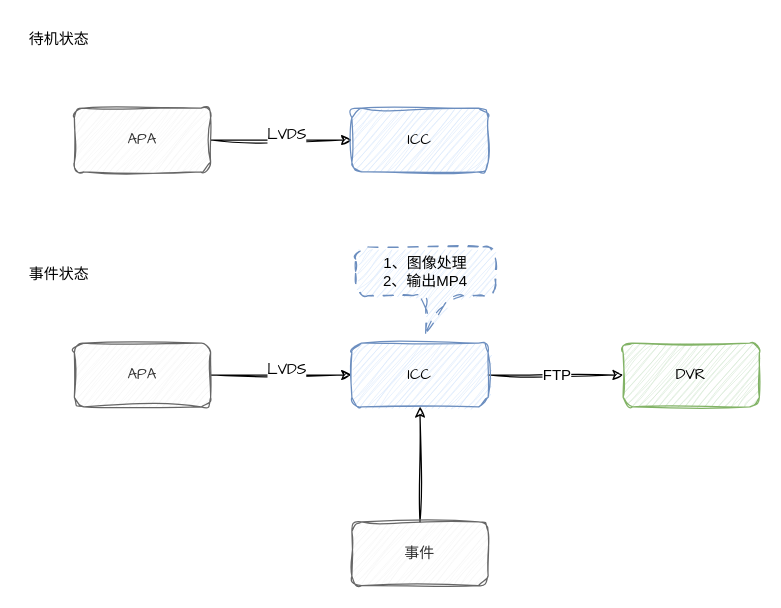
This is 哨兵模式.drawio from TryLoveCatch/charts, a draw.io file, before an edit. Source tidied: cells renumbered, new cells numbered last; positions are measured from the earlier drawing's top-left corner, leaving out a move shared by most shapes. Both pictures are drawn from the tidied source at 125%, with x=0, y=0 at pixel (21, 21).
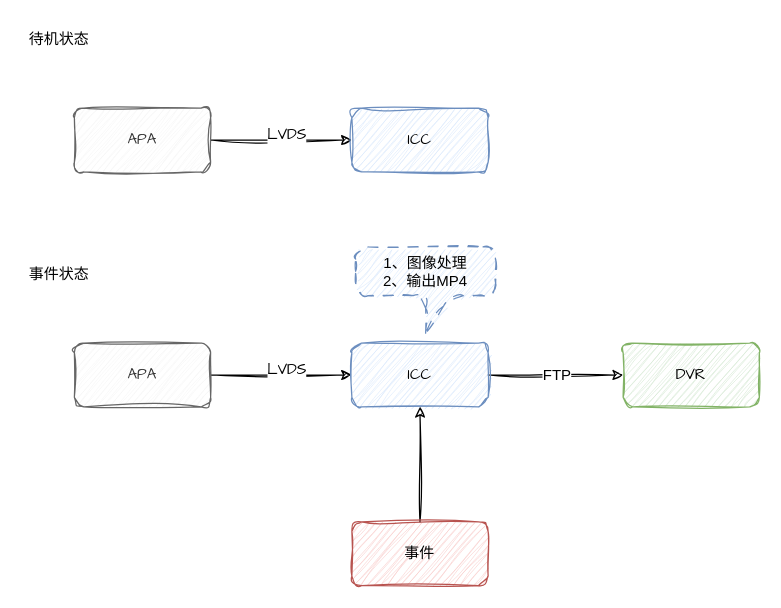
The same page after the edit.

Commit message (it also covers changes not shown here):
更新哨兵模式.drawio

Change to the diagram source:
```diff
@@
 <mxGraphModel>
   <root>
     <mxCell id="0" />
     <mxCell id="1" parent="0" />
     <mxCell id="2" value="待机状态" style="text;html=1;strokeColor=none;fillColor=none;align=center;verticalAlign=middle;whiteSpace=wrap;rounded=0;fontFamily=Comic Sans MS;" parent="1" vertex="1">
       <mxGeometry width="60" height="30" as="geometry" />
     </mxCell>
     <mxCell id="3" style="edgeStyle=orthogonalEdgeStyle;rounded=0;jettySize=auto;html=1;exitX=1;exitY=0.5;exitDx=0;exitDy=0;fontFamily=Comic Sans MS;fontSize=12;fontColor=default;sketch=1;curveFitting=1;jiggle=2;" parent="1" edge="1" source="5" target="6">
       <mxGeometry relative="1" as="geometry" />
     </mxCell>
     <mxCell id="4" value="LVDS" style="edgeLabel;html=1;align=center;verticalAlign=middle;fontSize=12;fontFamily=Comic Sans MS;fontColor=default;" parent="3" vertex="1">
       <mxGeometry x="0.06" y="5" relative="1" as="geometry">
         <mxPoint y="1" as="offset" />
       </mxGeometry>
     </mxCell>
     <mxCell id="5" value="APA" style="rounded=1;whiteSpace=wrap;html=1;sketch=1;curveFitting=1;jiggle=2;fillColor=#f5f5f5;fontColor=#333333;strokeColor=#666666;fontFamily=Comic Sans MS;" parent="1" vertex="1">
       <mxGeometry x="42" y="69" width="109" height="51" as="geometry" />
     </mxCell>
     <mxCell id="6" value="ICC" style="rounded=1;whiteSpace=wrap;html=1;sketch=1;curveFitting=1;jiggle=2;fillColor=#dae8fc;strokeColor=#6c8ebf;fontFamily=Comic Sans MS;" parent="1" vertex="1">
       <mxGeometry x="264" y="69" width="109" height="51" as="geometry" />
     </mxCell>
     <mxCell id="7" value="事件状态" style="text;html=1;strokeColor=none;fillColor=none;align=center;verticalAlign=middle;whiteSpace=wrap;rounded=0;fontFamily=Comic Sans MS;" parent="1" vertex="1">
       <mxGeometry y="188" width="60" height="30" as="geometry" />
     </mxCell>
     <mxCell id="8" style="edgeStyle=orthogonalEdgeStyle;rounded=0;jettySize=auto;html=1;exitX=1;exitY=0.5;exitDx=0;exitDy=0;fontFamily=Comic Sans MS;fontSize=12;fontColor=default;sketch=1;curveFitting=1;jiggle=2;" parent="1" edge="1" source="10" target="13">
       <mxGeometry relative="1" as="geometry" />
     </mxCell>
     <mxCell id="9" value="LVDS" style="edgeLabel;html=1;align=center;verticalAlign=middle;fontSize=12;fontFamily=Comic Sans MS;fontColor=default;" parent="8" vertex="1">
       <mxGeometry x="0.06" y="5" relative="1" as="geometry">
         <mxPoint y="1" as="offset" />
       </mxGeometry>
     </mxCell>
     <mxCell id="10" value="APA" style="rounded=1;whiteSpace=wrap;html=1;sketch=1;curveFitting=1;jiggle=2;fillColor=#f5f5f5;fontColor=#333333;strokeColor=#666666;fontFamily=Comic Sans MS;" parent="1" vertex="1">
       <mxGeometry x="42" y="257" width="109" height="51" as="geometry" />
     </mxCell>
     <mxCell id="11" style="edgeStyle=orthogonalEdgeStyle;shape=connector;rounded=0;sketch=1;jiggle=2;curveFitting=1;jettySize=auto;html=1;exitX=1;exitY=0.5;exitDx=0;exitDy=0;entryX=0;entryY=0.5;entryDx=0;entryDy=0;labelBackgroundColor=default;strokeColor=default;fontFamily=Comic Sans MS;fontSize=12;fontColor=default;endArrow=classic;" parent="1" edge="1" source="13" target="16">
       <mxGeometry relative="1" as="geometry" />
     </mxCell>
     <mxCell id="12" value="FTP" style="edgeLabel;html=1;align=center;verticalAlign=middle;fontSize=12;fontFamily=Helvetica;fontColor=default;" parent="11" vertex="1">
       <mxGeometry x="-0.26" relative="1" as="geometry">
         <mxPoint x="14" as="offset" />
       </mxGeometry>
     </mxCell>
     <mxCell id="13" value="ICC" style="rounded=1;whiteSpace=wrap;html=1;sketch=1;curveFitting=1;jiggle=2;fillColor=#dae8fc;strokeColor=#6c8ebf;fontFamily=Comic Sans MS;" parent="1" vertex="1">
       <mxGeometry x="264" y="257" width="109" height="51" as="geometry" />
     </mxCell>
     <mxCell id="14" style="edgeStyle=orthogonalEdgeStyle;shape=connector;rounded=0;sketch=1;jiggle=2;curveFitting=1;jettySize=auto;html=1;exitX=0.5;exitY=0;exitDx=0;exitDy=0;entryX=0.5;entryY=1;entryDx=0;entryDy=0;labelBackgroundColor=default;strokeColor=default;fontFamily=Comic Sans MS;fontSize=12;fontColor=default;endArrow=classic;" parent="1" edge="1" source="15" target="13">
       <mxGeometry relative="1" as="geometry" />
     </mxCell>
-    <mxCell id="15" value="事件" style="rounded=1;whiteSpace=wrap;html=1;sketch=1;curveFitting=1;jiggle=2;fillColor=#f5f5f5;fontColor=#333333;strokeColor=#666666;fontFamily=Comic Sans MS;" parent="1" vertex="1">
+    <mxCell id="15" value="事件" style="rounded=1;whiteSpace=wrap;html=1;sketch=1;curveFitting=1;jiggle=2;fillColor=#f8cecc;strokeColor=#b85450;fontFamily=Comic Sans MS;" parent="1" vertex="1">
       <mxGeometry x="264" y="400" width="109" height="51" as="geometry" />
     </mxCell>
     <mxCell id="16" value="DVR" style="rounded=1;whiteSpace=wrap;html=1;sketch=1;curveFitting=1;jiggle=2;fillColor=#d5e8d4;strokeColor=#82b366;fontFamily=Comic Sans MS;" parent="1" vertex="1">
       <mxGeometry x="481" y="257" width="109" height="51" as="geometry" />
     </mxCell>
     <mxCell id="17" value="1、图像处理&lt;br&gt;2、输出MP4" style="shape=callout;whiteSpace=wrap;html=1;perimeter=calloutPerimeter;rounded=1;sketch=1;jiggle=2;curveFitting=1;strokeColor=#6c8ebf;fontFamily=Helvetica;fontSize=12;fillColor=#dae8fc;dashed=1;dashPattern=8 8;" parent="1" vertex="1">
       <mxGeometry x="267" y="180" width="112" height="69" as="geometry" />
     </mxCell>
   </root>
 </mxGraphModel>
```
